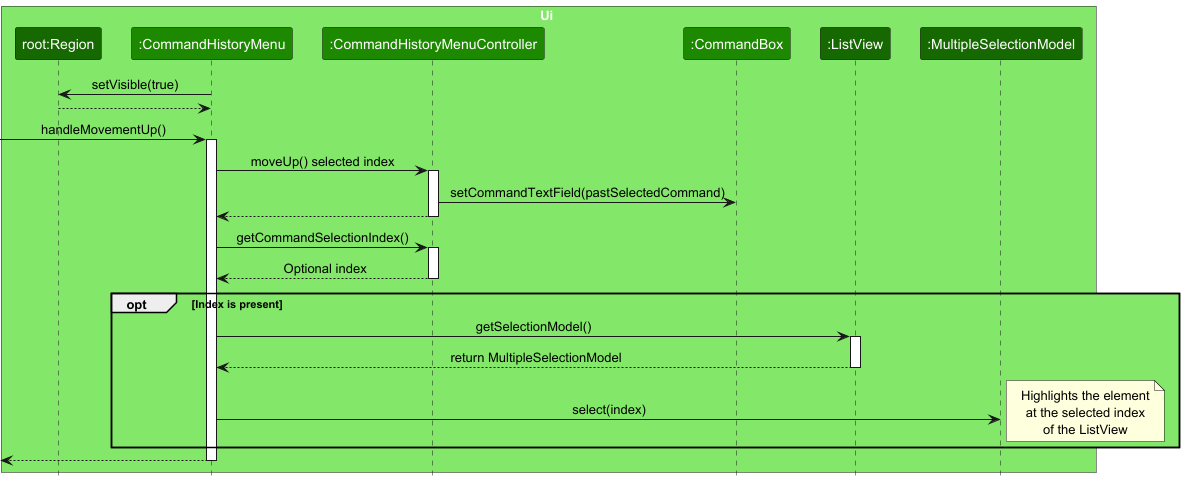
The PlantUML diagram docs/images/CommandHistorySequenceDiagram.png in carineang/tp, before a commit.
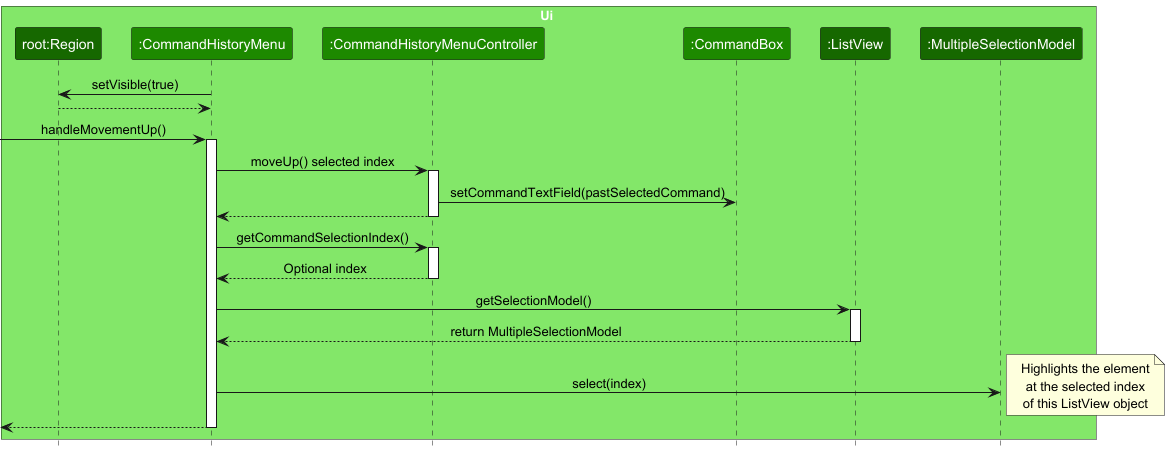
Above is the later version.

Commit message:
Update sequence diagrams

Diff of the diagram source:
```diff
@@ -35,20 +35,18 @@
 CommandHistoryMenuController --> CommandHistoryMenu : Optional index
 deactivate CommandHistoryMenuController
 
-opt UI_COLOR_T1 Index is present
-  CommandHistoryMenu -> ListView : getSelectionModel()
-  activate ListView
+CommandHistoryMenu -> ListView : getSelectionModel()
+activate ListView
 
-  ListView --> CommandHistoryMenu : return MultipleSelectionModel
-  deactivate ListView
+ListView --> CommandHistoryMenu : return MultipleSelectionModel
+deactivate ListView
 
-  CommandHistoryMenu -> MultipleSelectionModel : select(index)
-  note right
-  Highlights the element
-  at the selected index
-  of the ListView
-  end note
-end
+CommandHistoryMenu -> MultipleSelectionModel : select(index)
+note right
+Highlights the element
+at the selected index
+of this ListView object
+end note
 
 [<-- CommandHistoryMenu
 deactivate CommandHistoryMenu
```
